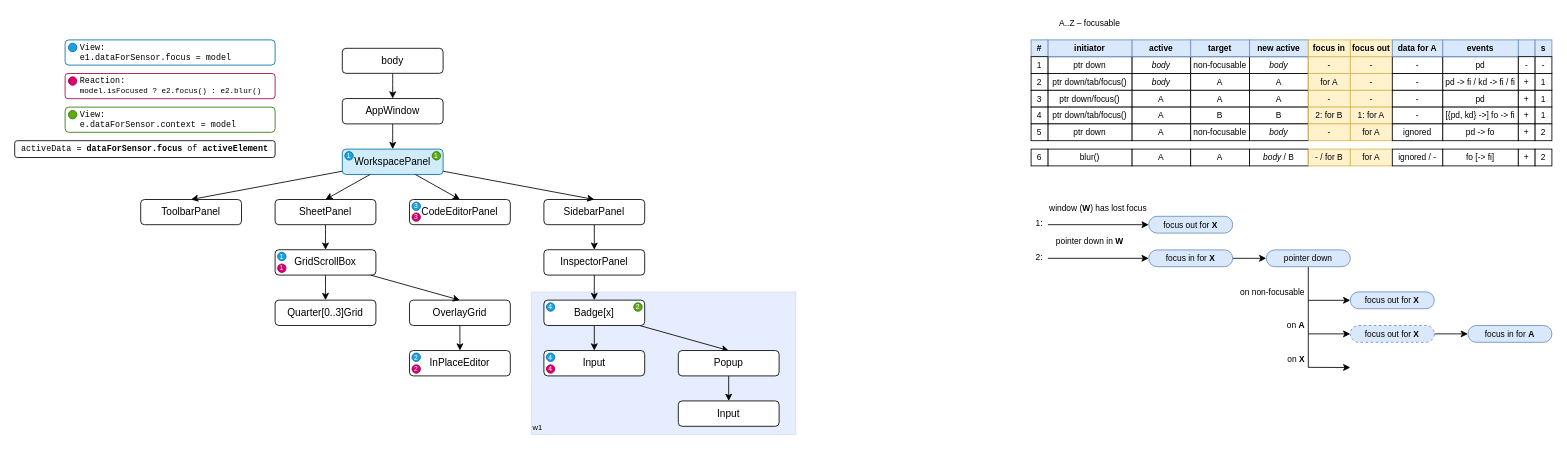
This is page "Focus" (2 of 3) of docs/dnd.drawio from nezaboodka/verstak, a draw.io file, before an edit. Source tidied: cells renumbered, new cells numbered last; positions are measured from the earlier drawing's top-left corner, leaving out a move shared by most shapes. Both pictures are drawn from the tidied source at 84%, with x=0, y=0 at pixel (14, 14).
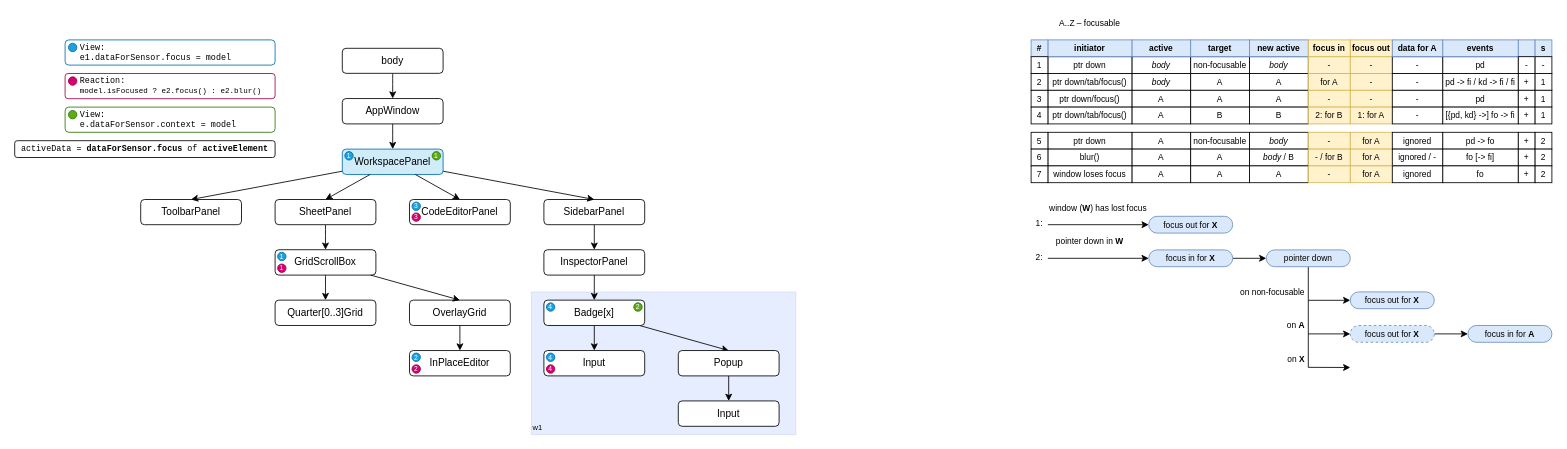
The same diagram, later.

Commit message:
Progress on focus/context diagram

The edit, as a diff of the source:
```diff
@@
     <mxCell id="76" value="A" style="rounded=0;whiteSpace=wrap;html=1;labelBorderColor=none;fontSize=10;strokeColor=default;" parent="1" vertex="1">
-      <mxGeometry x="1330" y="130" width="70" height="20" as="geometry" />
+      <mxGeometry x="1330" y="140" width="70" height="20" as="geometry" />
     </mxCell>
     <mxCell id="77" value="non-focusable" style="rounded=0;whiteSpace=wrap;html=1;labelBorderColor=none;fontSize=10;strokeColor=default;" parent="1" vertex="1">
-      <mxGeometry x="1400" y="130" width="70" height="20" as="geometry" />
+      <mxGeometry x="1400" y="140" width="70" height="20" as="geometry" />
     </mxCell>
@@
     <mxCell id="83" value="ptr down" style="rounded=0;whiteSpace=wrap;html=1;labelBorderColor=none;fontSize=10;strokeColor=default;fontStyle=0;" parent="1" vertex="1">
-      <mxGeometry x="1230" y="130" width="100" height="20" as="geometry" />
+      <mxGeometry x="1230" y="140" width="100" height="20" as="geometry" />
     </mxCell>
@@
     <mxCell id="89" value="pd -&amp;gt; fo" style="rounded=0;whiteSpace=wrap;html=1;labelBorderColor=none;fontSize=10;strokeColor=default;" parent="1" vertex="1">
-      <mxGeometry x="1700" y="130" width="90" height="20" as="geometry" />
+      <mxGeometry x="1700" y="140" width="90" height="20" as="geometry" />
     </mxCell>
@@
     <mxCell id="95" value="body" style="rounded=0;whiteSpace=wrap;html=1;labelBorderColor=none;fontSize=10;strokeColor=default;fontStyle=2;" parent="1" vertex="1">
-      <mxGeometry x="1470" y="130" width="70" height="20" as="geometry" />
+      <mxGeometry x="1470" y="140" width="70" height="20" as="geometry" />
     </mxCell>
@@
     <mxCell id="106" value="-" style="rounded=0;whiteSpace=wrap;html=1;labelBorderColor=none;fontSize=10;strokeColor=#d6b656;fillColor=#fff2cc;" parent="1" vertex="1">
-      <mxGeometry x="1540" y="130" width="50" height="20" as="geometry" />
+      <mxGeometry x="1540" y="140" width="50" height="20" as="geometry" />
     </mxCell>
     <mxCell id="107" value="for A" style="rounded=0;whiteSpace=wrap;html=1;labelBorderColor=none;fontSize=10;strokeColor=#d6b656;fillColor=#fff2cc;" parent="1" vertex="1">
-      <mxGeometry x="1590" y="130" width="50" height="20" as="geometry" />
+      <mxGeometry x="1590" y="140" width="50" height="20" as="geometry" />
     </mxCell>
@@
     <mxCell id="122" value="+" style="rounded=0;whiteSpace=wrap;html=1;labelBorderColor=none;fontSize=10;strokeColor=default;" parent="1" vertex="1">
-      <mxGeometry x="1790" y="130" width="20" height="20" as="geometry" />
+      <mxGeometry x="1790" y="140" width="20" height="20" as="geometry" />
     </mxCell>
@@
     <mxCell id="130" value="2" style="rounded=0;whiteSpace=wrap;html=1;labelBorderColor=none;fontSize=10;strokeColor=default;" parent="1" vertex="1">
-      <mxGeometry x="1810" y="130" width="20" height="20" as="geometry" />
+      <mxGeometry x="1810" y="140" width="20" height="20" as="geometry" />
     </mxCell>
@@
     <mxCell id="137" value="5" style="rounded=0;whiteSpace=wrap;html=1;labelBorderColor=none;fontSize=10;strokeColor=default;" parent="1" vertex="1">
-      <mxGeometry x="1210" y="130" width="20" height="20" as="geometry" />
+      <mxGeometry x="1210" y="140" width="20" height="20" as="geometry" />
     </mxCell>
@@
     <mxCell id="146" value="ignored" style="rounded=0;whiteSpace=wrap;html=1;labelBorderColor=none;fontSize=10;strokeColor=default;" parent="1" vertex="1">
-      <mxGeometry x="1640" y="130" width="60" height="20" as="geometry" />
+      <mxGeometry x="1640" y="140" width="60" height="20" as="geometry" />
     </mxCell>
@@
+    <mxCell id="152" value="A" style="rounded=0;whiteSpace=wrap;html=1;labelBorderColor=none;fontSize=10;strokeColor=default;" parent="1" vertex="1">
+      <mxGeometry x="1330" y="180" width="70" height="20" as="geometry" />
+    </mxCell>
+    <mxCell id="153" value="A" style="rounded=0;whiteSpace=wrap;html=1;labelBorderColor=none;fontSize=10;strokeColor=default;" parent="1" vertex="1">
+      <mxGeometry x="1400" y="180" width="70" height="20" as="geometry" />
+    </mxCell>
+    <mxCell id="154" value="window loses focus" style="rounded=0;whiteSpace=wrap;html=1;labelBorderColor=none;fontSize=10;strokeColor=default;fontStyle=0;" parent="1" vertex="1">
+      <mxGeometry x="1230" y="180" width="100" height="20" as="geometry" />
+    </mxCell>
+    <mxCell id="155" value="fo" style="rounded=0;whiteSpace=wrap;html=1;labelBorderColor=none;fontSize=10;strokeColor=default;" parent="1" vertex="1">
+      <mxGeometry x="1700" y="180" width="90" height="20" as="geometry" />
+    </mxCell>
+    <mxCell id="156" value="A" style="rounded=0;whiteSpace=wrap;html=1;labelBorderColor=none;fontSize=10;strokeColor=default;fontStyle=0;" parent="1" vertex="1">
+      <mxGeometry x="1470" y="180" width="70" height="20" as="geometry" />
+    </mxCell>
+    <mxCell id="157" value="-" style="rounded=0;whiteSpace=wrap;html=1;labelBorderColor=none;fontSize=10;strokeColor=#d6b656;fillColor=#fff2cc;" parent="1" vertex="1">
+      <mxGeometry x="1540" y="180" width="50" height="20" as="geometry" />
+    </mxCell>
+    <mxCell id="158" value="for A" style="rounded=0;whiteSpace=wrap;html=1;labelBorderColor=none;fontSize=10;strokeColor=#d6b656;fillColor=#fff2cc;" parent="1" vertex="1">
+      <mxGeometry x="1590" y="180" width="50" height="20" as="geometry" />
+    </mxCell>
+    <mxCell id="159" value="+" style="rounded=0;whiteSpace=wrap;html=1;labelBorderColor=none;fontSize=10;strokeColor=default;" parent="1" vertex="1">
+      <mxGeometry x="1790" y="180" width="20" height="20" as="geometry" />
+    </mxCell>
+    <mxCell id="160" value="2" style="rounded=0;whiteSpace=wrap;html=1;labelBorderColor=none;fontSize=10;strokeColor=default;" parent="1" vertex="1">
+      <mxGeometry x="1810" y="180" width="20" height="20" as="geometry" />
+    </mxCell>
+    <mxCell id="161" value="7" style="rounded=0;whiteSpace=wrap;html=1;labelBorderColor=none;fontSize=10;strokeColor=default;" parent="1" vertex="1">
+      <mxGeometry x="1210" y="180" width="20" height="20" as="geometry" />
+    </mxCell>
+    <mxCell id="162" value="ignored" style="rounded=0;whiteSpace=wrap;html=1;labelBorderColor=none;fontSize=10;strokeColor=default;" parent="1" vertex="1">
+      <mxGeometry x="1640" y="180" width="60" height="20" as="geometry" />
+    </mxCell>
```
